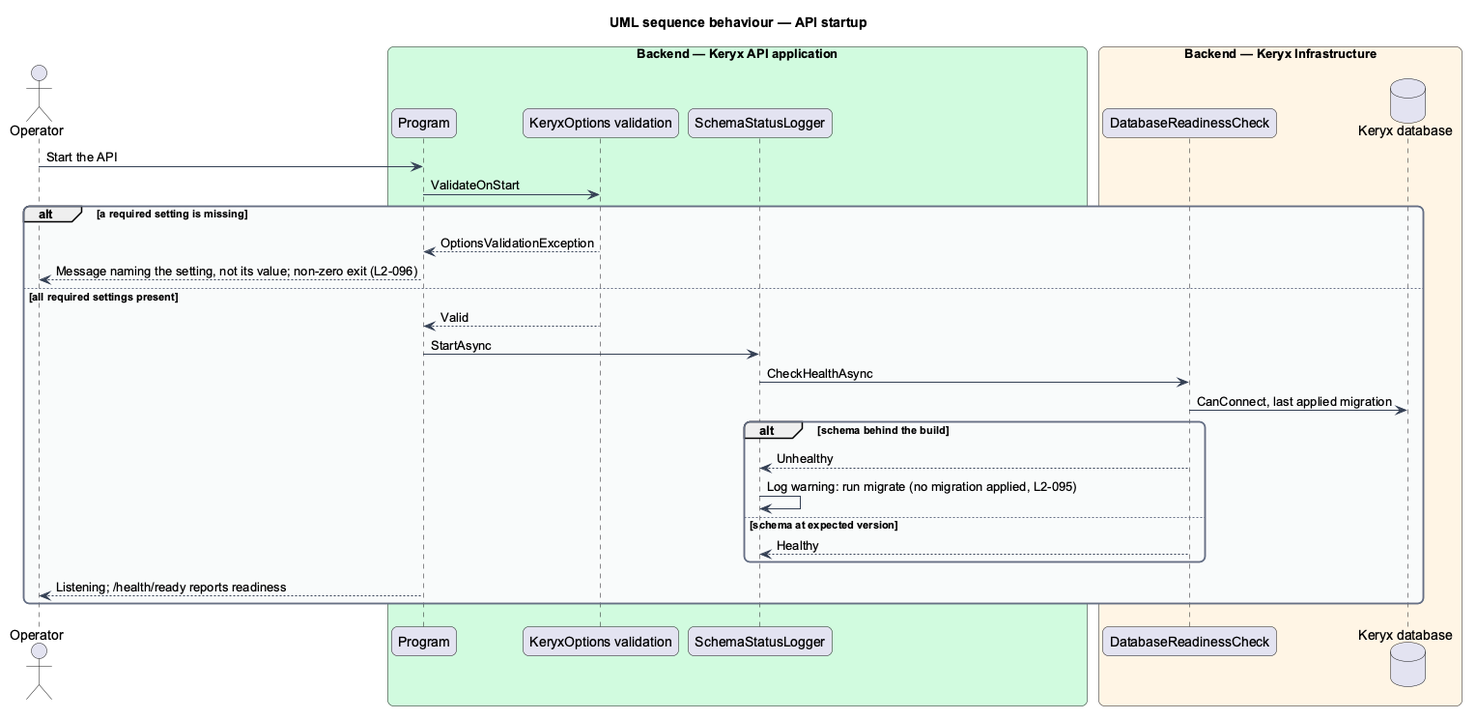
Above: docs/detailed-designs/operations/health-migrations-and-configuration/diagrams/sequence-api-startup.png in QuinntyneBrown/keryx (PlantUML), before the change.
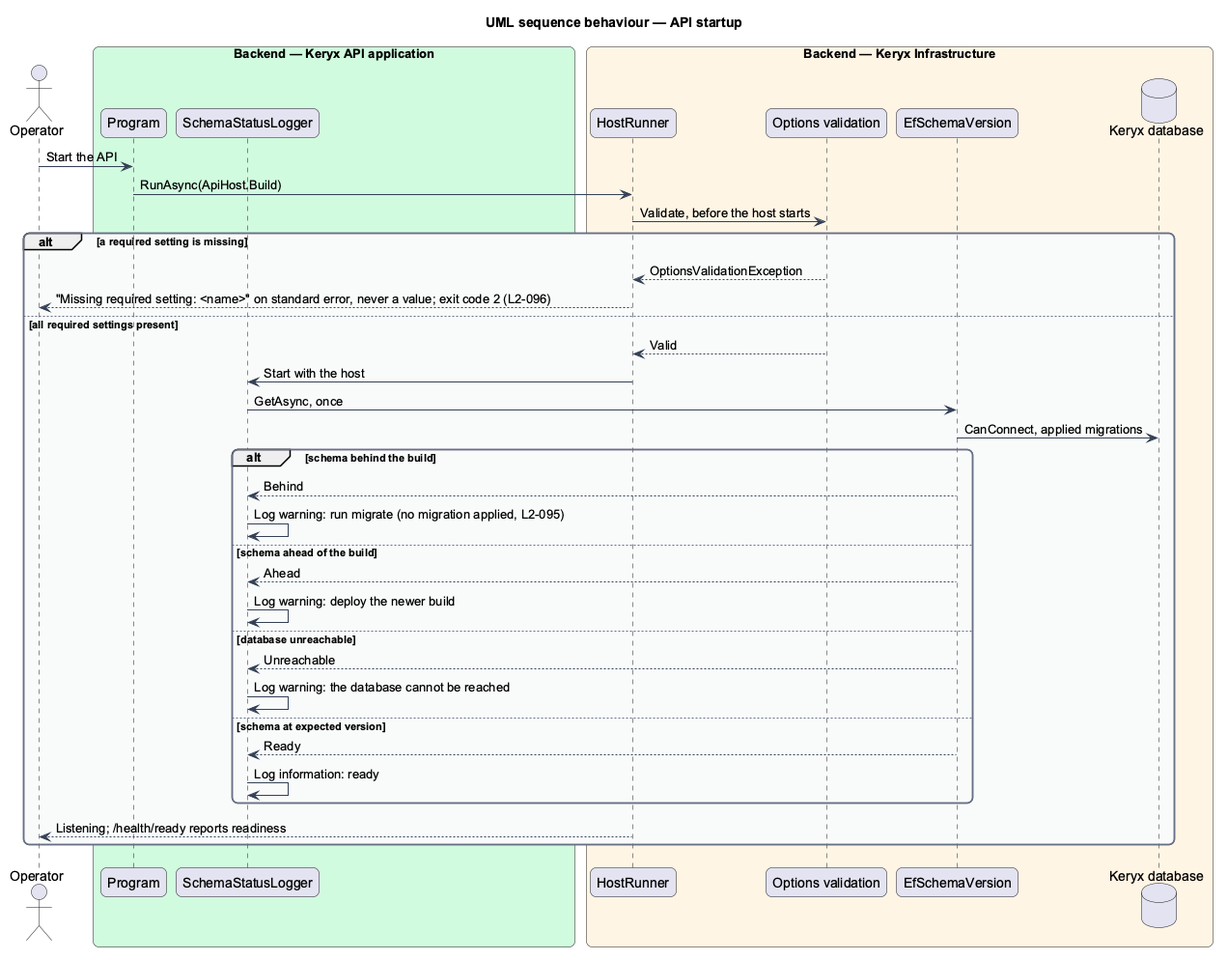
Later version of the same file.

What changed in the source:
```diff
@@ -17,29 +17,38 @@
 actor "Operator" as op
 box "Backend — Keryx API application" #D1FADF
   participant "Program" as prog
-  participant "KeryxOptions validation" as opts
   participant "SchemaStatusLogger" as logger
 end box
 box "Backend — Keryx Infrastructure" #FFF4E5
-  participant "DatabaseReadinessCheck" as check
+  participant "HostRunner" as runner
+  participant "Options validation" as opts
+  participant "EfSchemaVersion" as schema
   database "Keryx database" as db
 end box
 op -> prog : Start the API
-prog -> opts : ValidateOnStart
+prog -> runner : RunAsync(ApiHost.Build)
+runner -> opts : Validate, before the host starts
 alt a required setting is missing
-  opts --> prog : OptionsValidationException
-  prog --> op : Message naming the setting, not its value; non-zero exit (L2-096)
+  opts --> runner : OptionsValidationException
+  runner --> op : "Missing required setting: <name>" on standard error, never a value; exit code 2 (L2-096)
 else all required settings present
-  opts --> prog : Valid
-  prog -> logger : StartAsync
-  logger -> check : CheckHealthAsync
-  check -> db : CanConnect, last applied migration
+  opts --> runner : Valid
+  runner -> logger : Start with the host
+  logger -> schema : GetAsync, once
+  schema -> db : CanConnect, applied migrations
   alt schema behind the build
-    check --> logger : Unhealthy
+    schema --> logger : Behind
     logger -> logger : Log warning: run migrate (no migration applied, L2-095)
+  else schema ahead of the build
+    schema --> logger : Ahead
+    logger -> logger : Log warning: deploy the newer build
+  else database unreachable
+    schema --> logger : Unreachable
+    logger -> logger : Log warning: the database cannot be reached
   else schema at expected version
-    check --> logger : Healthy
+    schema --> logger : Ready
+    logger -> logger : Log information: ready
   end
-  prog --> op : Listening; /health/ready reports readiness
+  runner --> op : Listening; /health/ready reports readiness
 end
 @enduml
```
